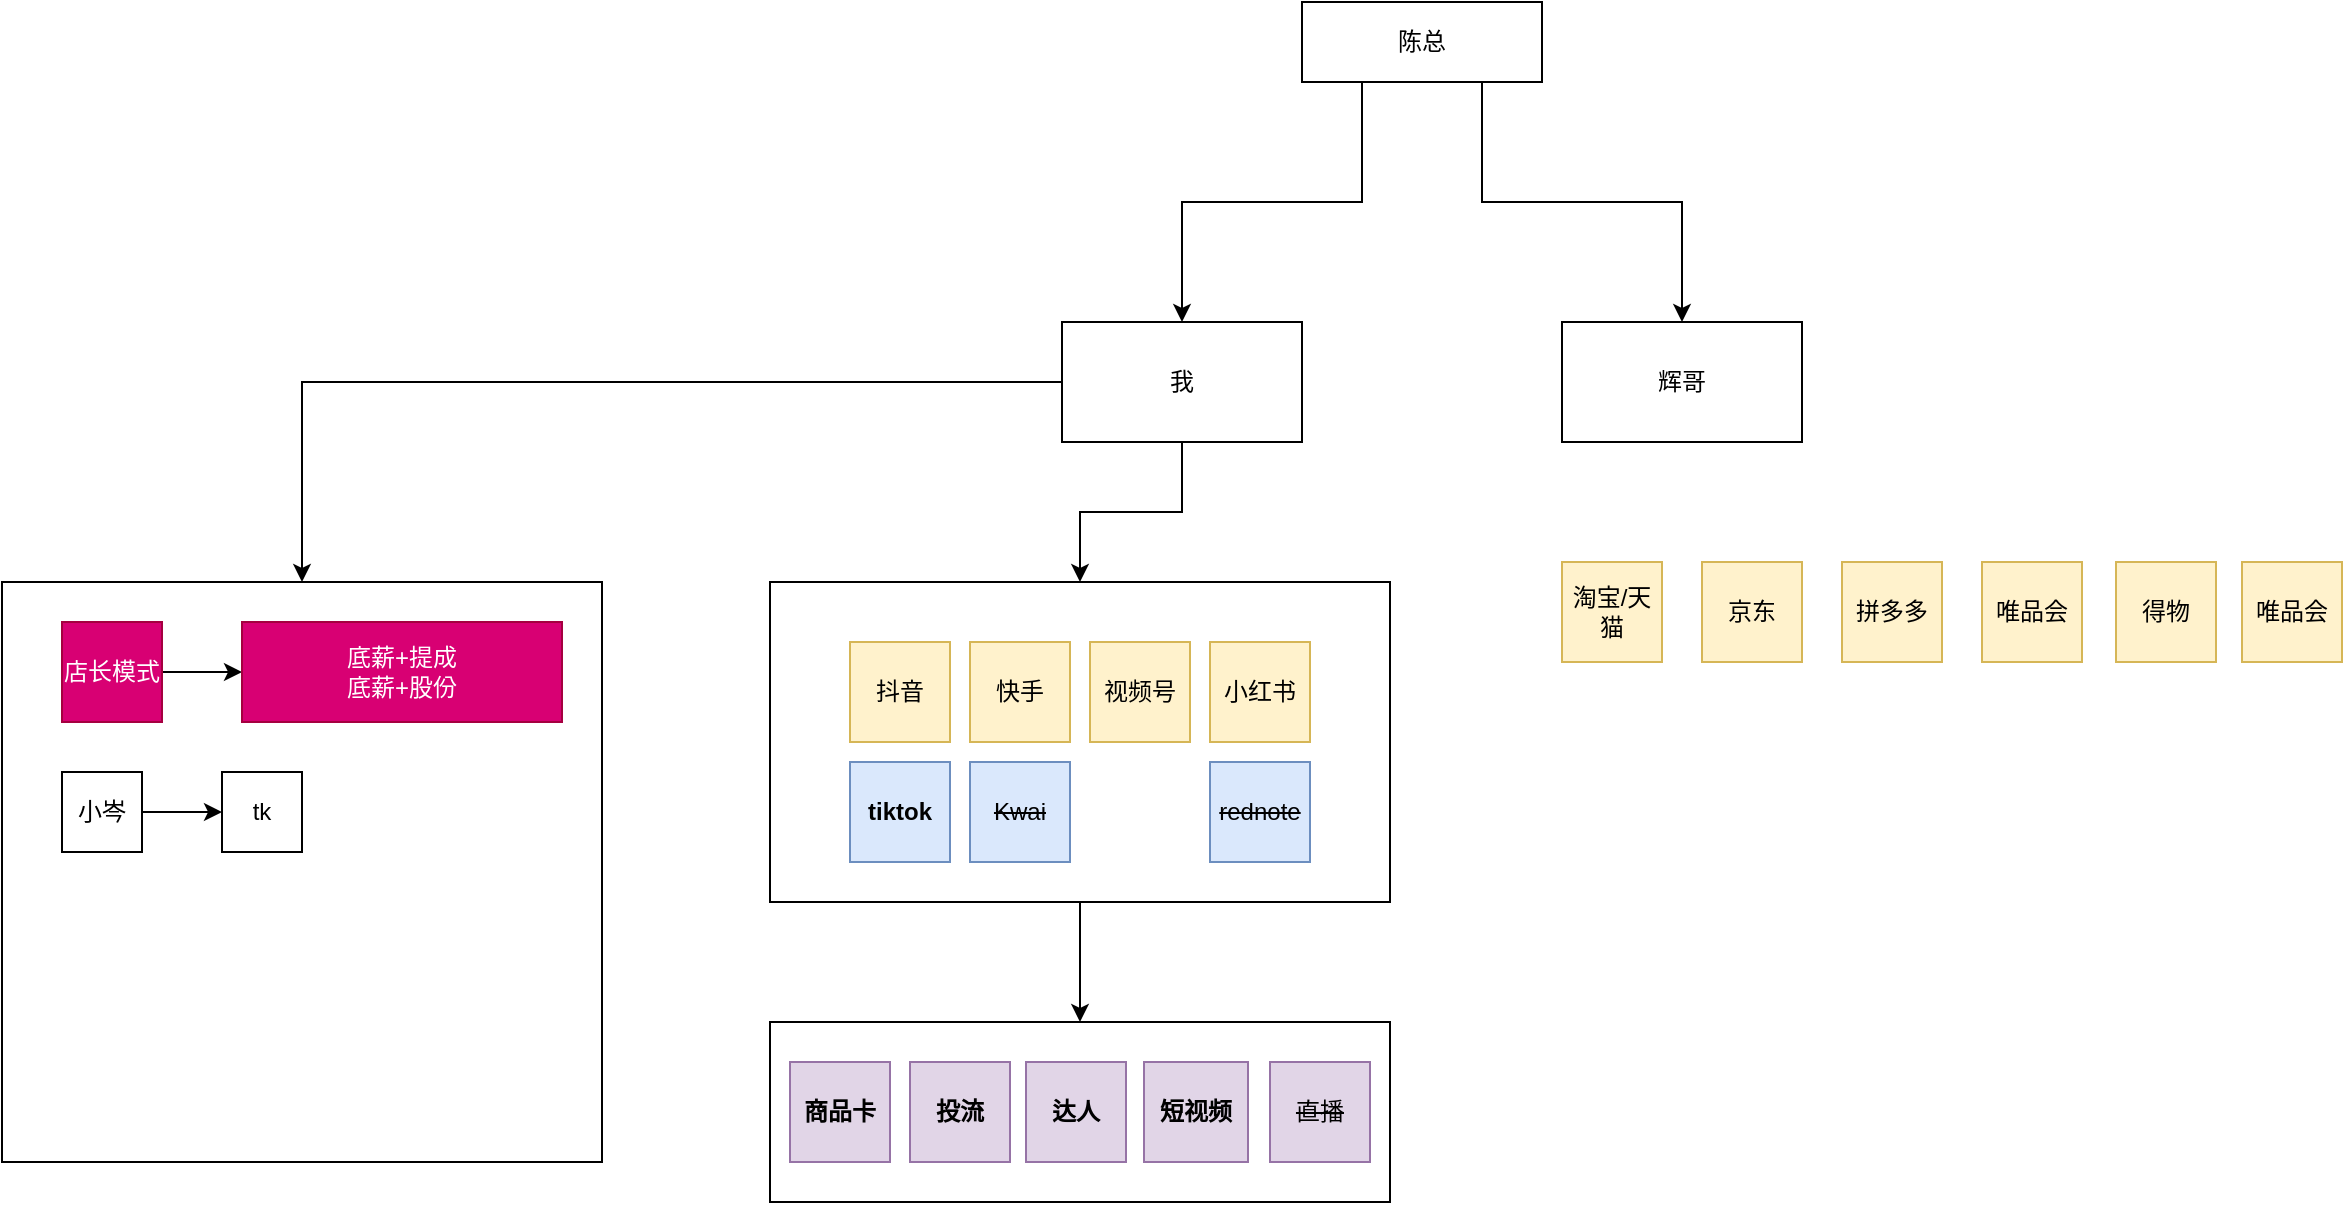
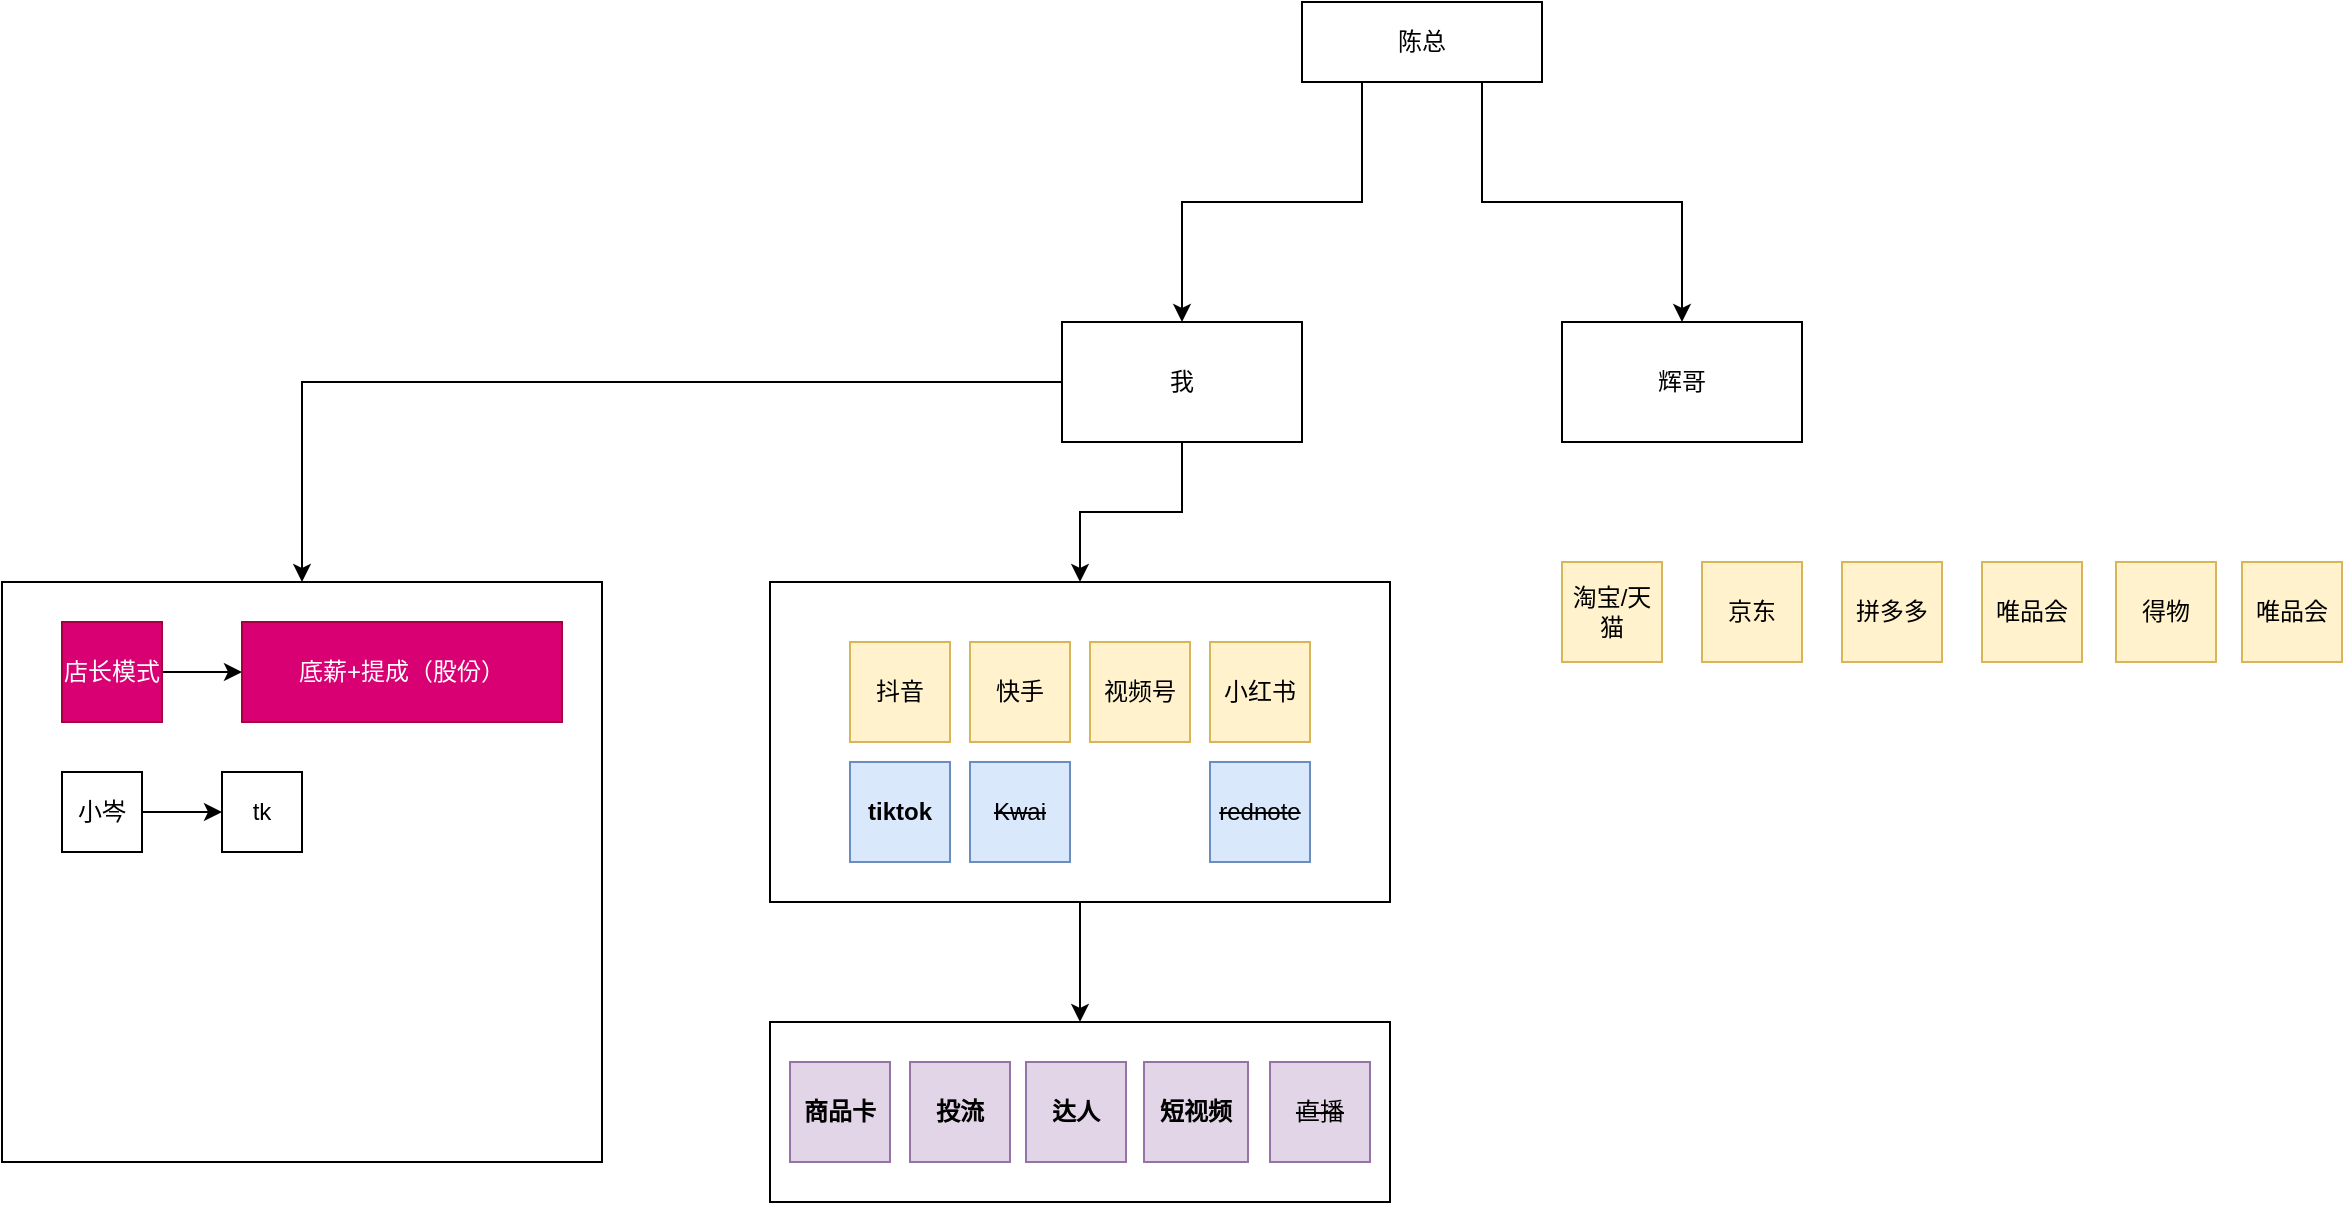
<mxfile host="app.diagrams.net">
  <diagram name="第 1 页" id="GTtvttoZAneKB4uyEYNI">
-     <mxGraphModel dx="1920" dy="724" grid="1" gridSize="10" guides="1" tooltips="1" connect="1" arrows="1" fold="1" page="1" pageScale="1" pageWidth="827" pageHeight="1169" math="0" shadow="0">
+     <mxGraphModel dx="1584" dy="502" grid="1" gridSize="10" guides="1" tooltips="1" connect="1" arrows="1" fold="1" page="1" pageScale="1" pageWidth="827" pageHeight="1169" math="0" shadow="0">
      <root>
        <mxCell id="0" />
        <mxCell id="1" parent="0" />
        <mxCell id="rCYAp-m1ELarMByrjn5k-11" parent="1" style="rounded=0;whiteSpace=wrap;html=1;" value="" vertex="1">
          <mxGeometry height="290" width="300" x="-280" y="430" as="geometry" />
        </mxCell>
        <mxCell id="rCYAp-m1ELarMByrjn5k-7" edge="1" parent="1" source="rCYAp-m1ELarMByrjn5k-5" style="edgeStyle=orthogonalEdgeStyle;rounded=0;orthogonalLoop=1;jettySize=auto;html=1;exitX=0.5;exitY=1;exitDx=0;exitDy=0;entryX=0.5;entryY=0;entryDx=0;entryDy=0;" target="rCYAp-m1ELarMByrjn5k-6">
          <mxGeometry relative="1" as="geometry" />
        </mxCell>
        <mxCell id="rCYAp-m1ELarMByrjn5k-8" edge="1" parent="1" source="_EOlN6vvF664AqaNGLxs-1" style="edgeStyle=orthogonalEdgeStyle;rounded=0;orthogonalLoop=1;jettySize=auto;html=1;exitX=0.5;exitY=1;exitDx=0;exitDy=0;entryX=0.5;entryY=0;entryDx=0;entryDy=0;" target="rCYAp-m1ELarMByrjn5k-5">
          <mxGeometry relative="1" as="geometry" />
        </mxCell>
        <mxCell id="rCYAp-m1ELarMByrjn5k-16" edge="1" parent="1" source="_EOlN6vvF664AqaNGLxs-1" style="edgeStyle=orthogonalEdgeStyle;rounded=0;orthogonalLoop=1;jettySize=auto;html=1;exitX=0;exitY=0.5;exitDx=0;exitDy=0;entryX=0.5;entryY=0;entryDx=0;entryDy=0;" target="rCYAp-m1ELarMByrjn5k-11">
          <mxGeometry relative="1" as="geometry" />
        </mxCell>
        <mxCell id="_EOlN6vvF664AqaNGLxs-1" parent="1" style="rounded=0;whiteSpace=wrap;html=1;" value="我" vertex="1">
          <mxGeometry height="60" width="120" x="250" y="300" as="geometry" />
        </mxCell>
        <mxCell id="_EOlN6vvF664AqaNGLxs-9" edge="1" parent="1" source="_EOlN6vvF664AqaNGLxs-5" style="edgeStyle=orthogonalEdgeStyle;rounded=0;orthogonalLoop=1;jettySize=auto;html=1;exitX=0.75;exitY=1;exitDx=0;exitDy=0;entryX=0.5;entryY=0;entryDx=0;entryDy=0;" target="_EOlN6vvF664AqaNGLxs-6">
          <mxGeometry relative="1" as="geometry" />
        </mxCell>
        <mxCell id="_EOlN6vvF664AqaNGLxs-13" edge="1" parent="1" source="_EOlN6vvF664AqaNGLxs-5" style="edgeStyle=orthogonalEdgeStyle;rounded=0;orthogonalLoop=1;jettySize=auto;html=1;exitX=0.25;exitY=1;exitDx=0;exitDy=0;entryX=0.5;entryY=0;entryDx=0;entryDy=0;" target="_EOlN6vvF664AqaNGLxs-1">
          <mxGeometry relative="1" as="geometry" />
        </mxCell>
        <mxCell id="_EOlN6vvF664AqaNGLxs-5" parent="1" style="whiteSpace=wrap;html=1;" value="陈总" vertex="1">
          <mxGeometry height="40" width="120" x="370" y="140" as="geometry" />
        </mxCell>
        <mxCell id="_EOlN6vvF664AqaNGLxs-6" parent="1" style="whiteSpace=wrap;html=1;" value="辉哥" vertex="1">
          <mxGeometry height="60" width="120" x="500" y="300" as="geometry" />
        </mxCell>
        <mxCell id="_EOlN6vvF664AqaNGLxs-28" parent="1" style="whiteSpace=wrap;html=1;fillColor=#fff2cc;strokeColor=#d6b656;" value="淘宝/天猫" vertex="1">
          <mxGeometry height="50" width="50" x="500" y="420" as="geometry" />
        </mxCell>
        <mxCell id="_EOlN6vvF664AqaNGLxs-29" parent="1" style="whiteSpace=wrap;html=1;fillColor=#fff2cc;strokeColor=#d6b656;" value="京东" vertex="1">
          <mxGeometry height="50" width="50" x="570" y="420" as="geometry" />
        </mxCell>
        <mxCell id="_EOlN6vvF664AqaNGLxs-30" parent="1" style="whiteSpace=wrap;html=1;fillColor=#fff2cc;strokeColor=#d6b656;" value="拼多多" vertex="1">
          <mxGeometry height="50" width="50" x="640" y="420" as="geometry" />
        </mxCell>
        <mxCell id="_EOlN6vvF664AqaNGLxs-31" parent="1" style="whiteSpace=wrap;html=1;fillColor=#fff2cc;strokeColor=#d6b656;" value="得物" vertex="1">
          <mxGeometry height="50" width="50" x="777" y="420" as="geometry" />
        </mxCell>
        <mxCell id="_EOlN6vvF664AqaNGLxs-32" parent="1" style="whiteSpace=wrap;html=1;fillColor=#fff2cc;strokeColor=#d6b656;" value="唯品会" vertex="1">
          <mxGeometry height="50" width="50" x="840" y="420" as="geometry" />
        </mxCell>
        <mxCell id="_EOlN6vvF664AqaNGLxs-33" parent="1" style="whiteSpace=wrap;html=1;fillColor=#fff2cc;strokeColor=#d6b656;" value="唯品会" vertex="1">
          <mxGeometry height="50" width="50" x="710" y="420" as="geometry" />
        </mxCell>
        <mxCell id="_EOlN6vvF664AqaNGLxs-41" edge="1" parent="1" source="_EOlN6vvF664AqaNGLxs-39" style="edgeStyle=orthogonalEdgeStyle;rounded=0;orthogonalLoop=1;jettySize=auto;html=1;" target="_EOlN6vvF664AqaNGLxs-40" value="">
          <mxGeometry relative="1" as="geometry" />
        </mxCell>
        <mxCell id="_EOlN6vvF664AqaNGLxs-39" parent="1" style="whiteSpace=wrap;html=1;fillColor=#d80073;strokeColor=#A50040;fontColor=#ffffff;" value="店长模式" vertex="1">
          <mxGeometry height="50" width="50" x="-250" y="450" as="geometry" />
        </mxCell>
-         <mxCell id="_EOlN6vvF664AqaNGLxs-40" parent="1" style="whiteSpace=wrap;html=1;fillColor=#d80073;strokeColor=#A50040;fontColor=#ffffff;" value="底薪+提成&lt;br&gt;底薪+股份" vertex="1">
+         <mxCell id="_EOlN6vvF664AqaNGLxs-40" parent="1" style="whiteSpace=wrap;html=1;fillColor=#d80073;strokeColor=#A50040;fontColor=#ffffff;" value="底薪+提成（股份）" vertex="1">
          <mxGeometry height="50" width="160" x="-160" y="450" as="geometry" />
        </mxCell>
        <mxCell id="rCYAp-m1ELarMByrjn5k-9" connectable="0" parent="1" style="group" value="" vertex="1">
          <mxGeometry height="90" width="310" x="104" y="650" as="geometry" />
        </mxCell>
        <mxCell id="rCYAp-m1ELarMByrjn5k-6" parent="rCYAp-m1ELarMByrjn5k-9" style="rounded=0;whiteSpace=wrap;html=1;" value="" vertex="1">
          <mxGeometry height="90" width="310" as="geometry" />
        </mxCell>
        <mxCell id="_EOlN6vvF664AqaNGLxs-34" parent="rCYAp-m1ELarMByrjn5k-9" style="whiteSpace=wrap;html=1;fillColor=#e1d5e7;strokeColor=#9673a6;fontStyle=1" value="商品卡" vertex="1">
          <mxGeometry height="50" width="50" x="10" y="20" as="geometry" />
        </mxCell>
        <mxCell id="_EOlN6vvF664AqaNGLxs-35" parent="rCYAp-m1ELarMByrjn5k-9" style="whiteSpace=wrap;html=1;fillColor=#e1d5e7;strokeColor=#9673a6;fontStyle=1" value="短视频" vertex="1">
          <mxGeometry height="50" width="52" x="187" y="20" as="geometry" />
        </mxCell>
        <mxCell id="_EOlN6vvF664AqaNGLxs-36" parent="rCYAp-m1ELarMByrjn5k-9" style="whiteSpace=wrap;html=1;fillColor=#e1d5e7;strokeColor=#9673a6;fontStyle=1" value="达人" vertex="1">
          <mxGeometry height="50" width="50" x="128" y="20" as="geometry" />
        </mxCell>
        <mxCell id="_EOlN6vvF664AqaNGLxs-37" parent="rCYAp-m1ELarMByrjn5k-9" style="whiteSpace=wrap;html=1;fillColor=#e1d5e7;strokeColor=#9673a6;" value="&lt;strike&gt;直播&lt;/strike&gt;" vertex="1">
          <mxGeometry height="50" width="50" x="250" y="20" as="geometry" />
        </mxCell>
        <mxCell id="_EOlN6vvF664AqaNGLxs-38" parent="rCYAp-m1ELarMByrjn5k-9" style="whiteSpace=wrap;html=1;fillColor=#e1d5e7;strokeColor=#9673a6;fontStyle=1" value="投流" vertex="1">
          <mxGeometry height="50" width="50" x="70" y="20" as="geometry" />
        </mxCell>
        <mxCell id="rCYAp-m1ELarMByrjn5k-10" connectable="0" parent="1" style="group" value="" vertex="1">
          <mxGeometry height="160" width="310" x="104" y="430" as="geometry" />
        </mxCell>
        <mxCell id="rCYAp-m1ELarMByrjn5k-5" parent="rCYAp-m1ELarMByrjn5k-10" style="rounded=0;whiteSpace=wrap;html=1;" value="" vertex="1">
          <mxGeometry height="160" width="310" as="geometry" />
        </mxCell>
        <mxCell id="_EOlN6vvF664AqaNGLxs-16" parent="rCYAp-m1ELarMByrjn5k-10" style="whiteSpace=wrap;html=1;fillColor=#dae8fc;strokeColor=#6c8ebf;" value="&lt;b&gt;tiktok&lt;/b&gt;" vertex="1">
          <mxGeometry height="50" width="50" x="40" y="90" as="geometry" />
        </mxCell>
        <mxCell id="_EOlN6vvF664AqaNGLxs-19" parent="rCYAp-m1ELarMByrjn5k-10" style="whiteSpace=wrap;html=1;fillColor=#fff2cc;strokeColor=#d6b656;" value="抖音" vertex="1">
          <mxGeometry height="50" width="50" x="40" y="30" as="geometry" />
        </mxCell>
        <mxCell id="_EOlN6vvF664AqaNGLxs-20" parent="rCYAp-m1ELarMByrjn5k-10" style="whiteSpace=wrap;html=1;fillColor=#fff2cc;strokeColor=#d6b656;" value="快手" vertex="1">
          <mxGeometry height="50" width="50" x="100" y="30" as="geometry" />
        </mxCell>
        <mxCell id="_EOlN6vvF664AqaNGLxs-21" parent="rCYAp-m1ELarMByrjn5k-10" style="whiteSpace=wrap;html=1;fillColor=#fff2cc;strokeColor=#d6b656;" value="视频号" vertex="1">
          <mxGeometry height="50" width="50" x="160" y="30" as="geometry" />
        </mxCell>
        <mxCell id="_EOlN6vvF664AqaNGLxs-24" parent="rCYAp-m1ELarMByrjn5k-10" style="whiteSpace=wrap;html=1;fillColor=#fff2cc;strokeColor=#d6b656;" value="小红书" vertex="1">
          <mxGeometry height="50" width="50" x="220" y="30" as="geometry" />
        </mxCell>
        <mxCell id="_EOlN6vvF664AqaNGLxs-26" parent="rCYAp-m1ELarMByrjn5k-10" style="whiteSpace=wrap;html=1;fillColor=#dae8fc;strokeColor=#6c8ebf;" value="&lt;strike&gt;Kwai&lt;/strike&gt;" vertex="1">
          <mxGeometry height="50" width="50" x="100" y="90" as="geometry" />
        </mxCell>
        <mxCell id="_EOlN6vvF664AqaNGLxs-27" parent="rCYAp-m1ELarMByrjn5k-10" style="whiteSpace=wrap;html=1;fillColor=#dae8fc;strokeColor=#6c8ebf;" value="&lt;strike&gt;rednote&lt;/strike&gt;" vertex="1">
          <mxGeometry height="50" width="50" x="220" y="90" as="geometry" />
        </mxCell>
        <mxCell id="rCYAp-m1ELarMByrjn5k-15" edge="1" parent="1" source="rCYAp-m1ELarMByrjn5k-13" style="edgeStyle=orthogonalEdgeStyle;rounded=0;orthogonalLoop=1;jettySize=auto;html=1;" target="rCYAp-m1ELarMByrjn5k-14" value="">
          <mxGeometry relative="1" as="geometry" />
        </mxCell>
        <mxCell id="rCYAp-m1ELarMByrjn5k-13" parent="1" style="rounded=0;whiteSpace=wrap;html=1;" value="小岑" vertex="1">
          <mxGeometry height="40" width="40" x="-250" y="525" as="geometry" />
        </mxCell>
        <mxCell id="rCYAp-m1ELarMByrjn5k-14" parent="1" style="whiteSpace=wrap;html=1;rounded=0;" value="tk" vertex="1">
          <mxGeometry height="40" width="40" x="-170" y="525" as="geometry" />
        </mxCell>
      </root>
    </mxGraphModel>
  </diagram>
</mxfile>
